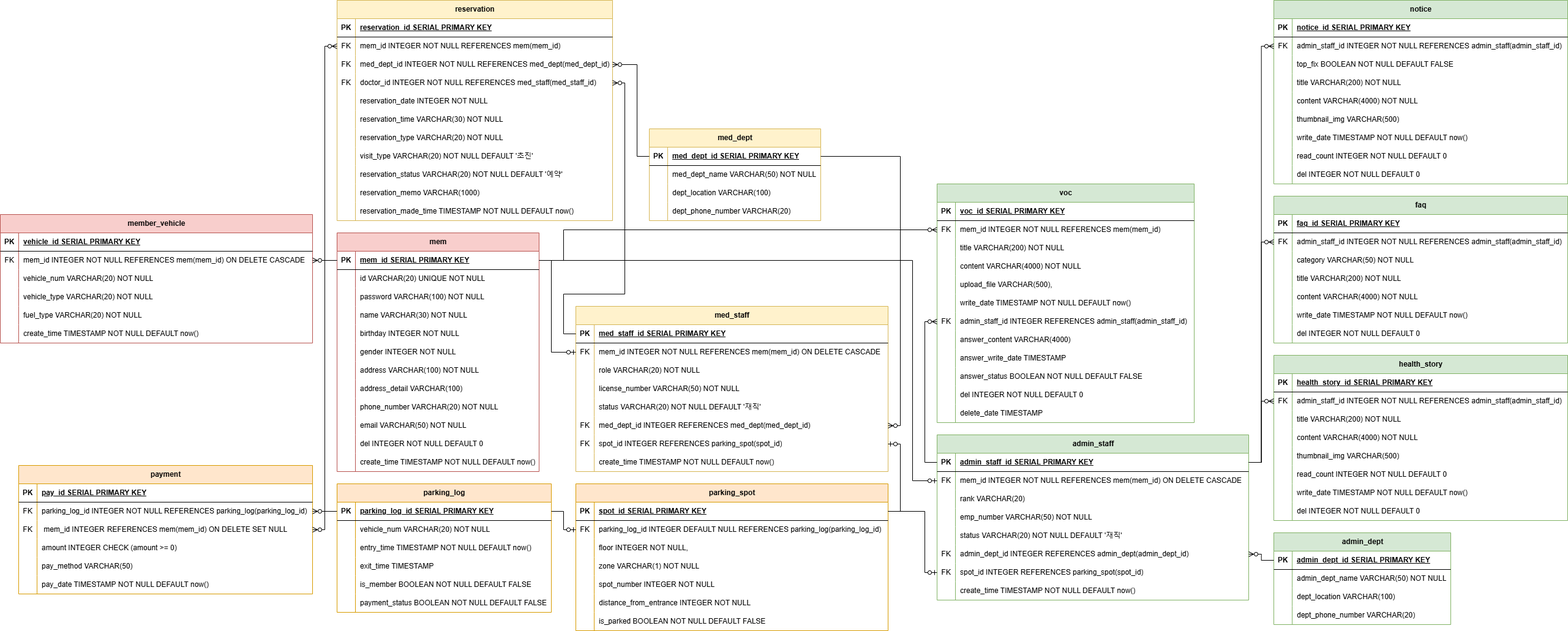
DongHyun0521/MBC_middle_project keeps this draw.io diagram as etc/ERD/중간프로젝트_ERD_v4.png. Above is the earlier version. Source tidied: cells renumbered, new cells last; positions are measured from the earlier drawing's top-left corner, leaving out a move shared by most shapes.
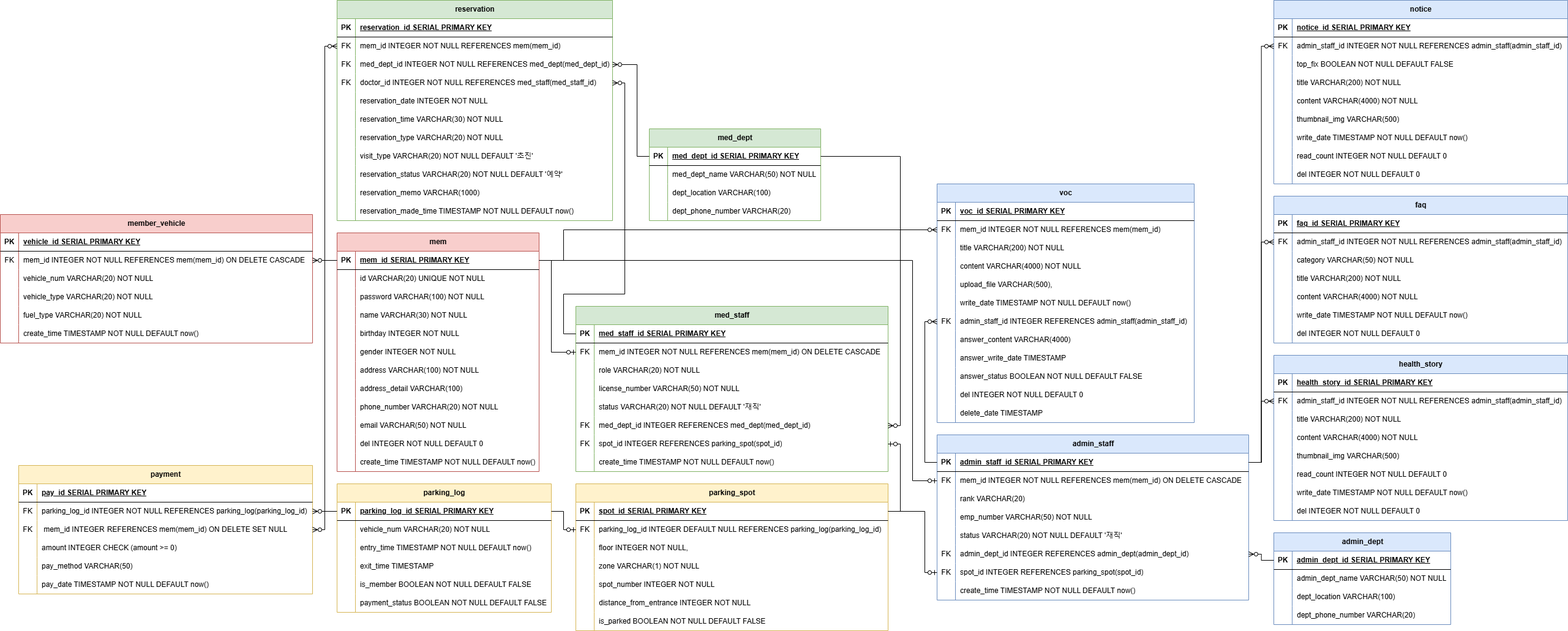
After the commit.

What changed in the source:
```diff
@@ -113,7 +113,7 @@
     <mxCell id="38" value="create_time TIMESTAMP NOT NULL DEFAULT now()" style="shape=partialRectangle;fillColor=none;top=0;left=0;bottom=0;right=0;align=left;spacingLeft=6;overflow=hidden;whiteSpace=wrap;html=1;" parent="36" vertex="1">
       <mxGeometry x="30" width="300" height="30" as="geometry" />
     </mxCell>
-    <mxCell id="39" value="reservation" style="shape=table;startSize=30;rowLines=0;fontStyle=1;align=center;html=1;fillColor=#fff2cc;strokeColor=#d6b656;" parent="1" vertex="1">
+    <mxCell id="39" value="reservation" style="shape=table;startSize=30;rowLines=0;fontStyle=1;align=center;html=1;fillColor=#d5e8d4;strokeColor=#82b366;" parent="1" vertex="1">
       <mxGeometry x="550" width="450" height="360" as="geometry" />
     </mxCell>
     <mxCell id="40" style="shape=tableRow;horizontal=0;startSize=0;swimlaneHead=0;swimlaneBody=0;fillColor=none;top=0;left=0;right=0;bottom=1;" parent="39" vertex="1">
@@ -283,7 +283,7 @@
     <mxCell id="93" style="fontSize=12;html=1;endArrow=ERzeroToMany;endFill=1;rounded=0;entryX=1;entryY=0.5;entryDx=0;entryDy=0;exitX=0;exitY=0.5;exitDx=0;exitDy=0;" parent="1" edge="1" source="3" target="77">
       <mxGeometry relative="1" as="geometry" />
     </mxCell>
-    <mxCell id="94" value="payment" style="shape=table;startSize=30;rowLines=0;fontStyle=1;align=center;html=1;fillColor=#ffe6cc;strokeColor=#d79b00;" parent="1" vertex="1">
+    <mxCell id="94" value="payment" style="shape=table;startSize=30;rowLines=0;fontStyle=1;align=center;html=1;fillColor=#fff2cc;strokeColor=#d6b656;" parent="1" vertex="1">
       <mxGeometry x="30" y="760" width="480" height="210" as="geometry" />
     </mxCell>
     <mxCell id="95" style="shape=tableRow;horizontal=0;startSize=0;swimlaneHead=0;swimlaneBody=0;fillColor=none;top=0;left=0;right=0;bottom=1;" parent="94" vertex="1">
@@ -343,7 +343,7 @@
     <mxCell id="113" style="fontSize=12;html=1;endArrow=ERzeroToMany;endFill=1;rounded=0;exitX=0;exitY=0.5;exitDx=0;exitDy=0;entryX=1;entryY=0.5;entryDx=0;entryDy=0;edgeStyle=orthogonalEdgeStyle;" parent="1" edge="1" source="3" target="101">
       <mxGeometry relative="1" as="geometry" />
     </mxCell>
-    <mxCell id="114" value="parking_log" style="shape=table;startSize=30;rowLines=0;fontStyle=1;align=center;html=1;fillColor=#ffe6cc;strokeColor=#d79b00;" parent="1" vertex="1">
+    <mxCell id="114" value="parking_log" style="shape=table;startSize=30;rowLines=0;fontStyle=1;align=center;html=1;fillColor=#fff2cc;strokeColor=#d6b656;" parent="1" vertex="1">
       <mxGeometry x="550" y="790" width="350" height="210" as="geometry" />
     </mxCell>
     <mxCell id="115" style="shape=tableRow;horizontal=0;startSize=0;swimlaneHead=0;swimlaneBody=0;fillColor=none;points=[[0,0.5],[1,0.5]];portConstraint=eastwest;top=0;left=0;right=0;bottom=1;" parent="114" vertex="1">
@@ -403,7 +403,7 @@
     <mxCell id="133" style="fontSize=12;html=1;endArrow=ERzeroToMany;endFill=1;rounded=0;entryX=1;entryY=0.5;entryDx=0;entryDy=0;exitX=0;exitY=0.5;exitDx=0;exitDy=0;" parent="1" edge="1" source="115" target="98">
       <mxGeometry relative="1" as="geometry" />
     </mxCell>
-    <mxCell id="134" value="parking_spot" style="shape=table;startSize=30;rowLines=0;fontStyle=1;align=center;html=1;fillColor=#ffe6cc;strokeColor=#d79b00;" parent="1" vertex="1">
+    <mxCell id="134" value="parking_spot" style="shape=table;startSize=30;rowLines=0;fontStyle=1;align=center;html=1;fillColor=#fff2cc;strokeColor=#d6b656;" parent="1" vertex="1">
       <mxGeometry x="940" y="790" width="510" height="240" as="geometry" />
     </mxCell>
     <mxCell id="135" style="shape=tableRow;horizontal=0;startSize=0;swimlaneHead=0;swimlaneBody=0;fillColor=none;points=[[0,0.5],[1,0.5]];portConstraint=eastwest;top=0;left=0;right=0;bottom=1;" parent="134" vertex="1">
@@ -472,7 +472,7 @@
     <mxCell id="156" style="fontSize=12;html=1;endArrow=ERzeroToOne;endFill=1;rounded=0;entryX=0;entryY=0.5;entryDx=0;entryDy=0;exitX=1;exitY=0.5;exitDx=0;exitDy=0;edgeStyle=orthogonalEdgeStyle;" parent="1" edge="1" source="115" target="138">
       <mxGeometry relative="1" as="geometry" />
     </mxCell>
-    <mxCell id="157" value="med_staff" style="shape=table;startSize=30;rowLines=0;fontStyle=1;align=center;html=1;fillColor=#fff2cc;strokeColor=#d6b656;" parent="1" vertex="1">
+    <mxCell id="157" value="med_staff" style="shape=table;startSize=30;rowLines=0;fontStyle=1;align=center;html=1;fillColor=#d5e8d4;strokeColor=#82b366;" parent="1" vertex="1">
       <mxGeometry x="940" y="500" width="510" height="270" as="geometry" />
     </mxCell>
     <mxCell id="158" style="shape=tableRow;horizontal=0;startSize=0;swimlaneHead=0;swimlaneBody=0;fillColor=none;points=[[0,0.5],[1,0.5]];portConstraint=eastwest;top=0;left=0;right=0;bottom=1;" parent="157" vertex="1">
@@ -563,7 +563,7 @@
         </Array>
       </mxGeometry>
     </mxCell>
-    <mxCell id="184" value="med_dept" style="shape=table;startSize=30;rowLines=0;fontStyle=1;align=center;html=1;fillColor=#fff2cc;strokeColor=#d6b656;" parent="1" vertex="1">
+    <mxCell id="184" value="med_dept" style="shape=table;startSize=30;rowLines=0;fontStyle=1;align=center;html=1;fillColor=#d5e8d4;strokeColor=#82b366;" parent="1" vertex="1">
       <mxGeometry x="1060" y="210" width="280" height="150" as="geometry" />
     </mxCell>
     <mxCell id="185" style="shape=tableRow;horizontal=0;startSize=0;swimlaneHead=0;swimlaneBody=0;fillColor=none;points=[[0,0.5],[1,0.5]];portConstraint=eastwest;top=0;left=0;right=0;bottom=1;" parent="184" vertex="1">
@@ -628,7 +628,7 @@
         </Array>
       </mxGeometry>
     </mxCell>
-    <mxCell id="200" value="admin_staff" style="shape=table;startSize=30;rowLines=0;fontStyle=1;align=center;html=1;fillColor=#d5e8d4;strokeColor=#82b366;" parent="1" vertex="1">
+    <mxCell id="200" value="admin_staff" style="shape=table;startSize=30;rowLines=0;fontStyle=1;align=center;html=1;fillColor=#dae8fc;strokeColor=#6c8ebf;" parent="1" vertex="1">
       <mxGeometry x="1530" y="710" width="509" height="270" as="geometry" />
     </mxCell>
     <mxCell id="201" style="shape=tableRow;horizontal=0;startSize=0;swimlaneHead=0;swimlaneBody=0;fillColor=none;points=[[0,0.5],[1,0.5]];portConstraint=eastwest;top=0;left=0;right=0;bottom=1;" parent="200" vertex="1">
@@ -703,7 +703,7 @@
     <mxCell id="224" value="create_time TIMESTAMP NOT NULL DEFAULT now()" style="shape=partialRectangle;fillColor=none;top=0;left=0;bottom=0;right=0;align=left;spacingLeft=6;overflow=hidden;whiteSpace=wrap;html=1;" parent="222" vertex="1">
       <mxGeometry x="30" width="479" height="30" as="geometry" />
     </mxCell>
-    <mxCell id="225" value="admin_dept" style="shape=table;startSize=30;rowLines=0;fontStyle=1;align=center;html=1;fillColor=#d5e8d4;strokeColor=#82b366;" parent="1" vertex="1">
+    <mxCell id="225" value="admin_dept" style="shape=table;startSize=30;rowLines=0;fontStyle=1;align=center;html=1;fillColor=#dae8fc;strokeColor=#6c8ebf;" parent="1" vertex="1">
       <mxGeometry x="2080" y="870" width="289" height="150" as="geometry" />
     </mxCell>
     <mxCell id="226" style="shape=tableRow;horizontal=0;startSize=0;swimlaneHead=0;swimlaneBody=0;fillColor=none;points=[[0,0.5],[1,0.5]];portConstraint=eastwest;top=0;left=0;right=0;bottom=1;" parent="225" vertex="1">
@@ -753,7 +753,7 @@
     <mxCell id="239" style="fontSize=12;html=1;endArrow=ERzeroToMany;endFill=1;rounded=0;entryX=1;entryY=0.5;entryDx=0;entryDy=0;exitX=0;exitY=0.5;exitDx=0;exitDy=0;edgeStyle=orthogonalEdgeStyle;" parent="1" edge="1" source="226" target="216">
       <mxGeometry relative="1" as="geometry" />
     </mxCell>
-    <mxCell id="240" value="voc" style="shape=table;startSize=30;rowLines=0;fontStyle=1;align=center;html=1;fillColor=#d5e8d4;strokeColor=#82b366;" parent="1" vertex="1">
+    <mxCell id="240" value="voc" style="shape=table;startSize=30;rowLines=0;fontStyle=1;align=center;html=1;fillColor=#dae8fc;strokeColor=#6c8ebf;" parent="1" vertex="1">
       <mxGeometry x="1530" y="300" width="420" height="390" as="geometry" />
     </mxCell>
     <mxCell id="241" style="shape=tableRow;horizontal=0;startSize=0;swimlaneHead=0;swimlaneBody=0;fillColor=none;top=0;left=0;right=0;bottom=1;" parent="240" vertex="1">
@@ -888,7 +888,7 @@
         </Array>
       </mxGeometry>
     </mxCell>
-    <mxCell id="280" value="faq" style="shape=table;startSize=30;rowLines=0;fontStyle=1;align=center;html=1;fillColor=#d5e8d4;strokeColor=#82b366;" parent="1" vertex="1">
+    <mxCell id="280" value="faq" style="shape=table;startSize=30;rowLines=0;fontStyle=1;align=center;html=1;fillColor=#dae8fc;strokeColor=#6c8ebf;" parent="1" vertex="1">
       <mxGeometry x="2080" y="320" width="480" height="240" as="geometry" />
     </mxCell>
     <mxCell id="281" style="shape=tableRow;horizontal=0;startSize=0;swimlaneHead=0;swimlaneBody=0;fillColor=none;top=0;left=0;right=0;bottom=1;" parent="280" vertex="1">
@@ -954,7 +954,7 @@
     <mxCell id="301" value="del INTEGER NOT NULL DEFAULT 0" style="shape=partialRectangle;fillColor=none;top=0;left=0;bottom=0;right=0;align=left;spacingLeft=6;overflow=hidden;whiteSpace=wrap;html=1;" parent="299" vertex="1">
       <mxGeometry x="30" width="450" height="30" as="geometry" />
     </mxCell>
-    <mxCell id="302" value="health_story" style="shape=table;startSize=30;rowLines=0;fontStyle=1;align=center;html=1;fillColor=#d5e8d4;strokeColor=#82b366;" parent="1" vertex="1">
+    <mxCell id="302" value="health_story" style="shape=table;startSize=30;rowLines=0;fontStyle=1;align=center;html=1;fillColor=#dae8fc;strokeColor=#6c8ebf;" parent="1" vertex="1">
       <mxGeometry x="2080" y="580" width="480" height="270" as="geometry" />
     </mxCell>
     <mxCell id="303" style="shape=tableRow;horizontal=0;startSize=0;swimlaneHead=0;swimlaneBody=0;fillColor=none;top=0;left=0;right=0;bottom=1;" parent="302" vertex="1">
@@ -1029,7 +1029,7 @@
     <mxCell id="326" value="del INTEGER NOT NULL DEFAULT 0" style="shape=partialRectangle;fillColor=none;top=0;left=0;bottom=0;right=0;align=left;spacingLeft=6;overflow=hidden;whiteSpace=wrap;html=1;" parent="324" vertex="1">
       <mxGeometry x="30" width="450" height="30" as="geometry" />
     </mxCell>
-    <mxCell id="327" value="notice" style="shape=table;startSize=30;rowLines=0;fontStyle=1;align=center;html=1;fillColor=#d5e8d4;strokeColor=#82b366;" parent="1" vertex="1">
+    <mxCell id="327" value="notice" style="shape=table;startSize=30;rowLines=0;fontStyle=1;align=center;html=1;fillColor=#dae8fc;strokeColor=#6c8ebf;" parent="1" vertex="1">
       <mxGeometry x="2080" width="480" height="300" as="geometry" />
     </mxCell>
     <mxCell id="328" style="shape=tableRow;horizontal=0;startSize=0;swimlaneHead=0;swimlaneBody=0;fillColor=none;top=0;left=0;right=0;bottom=1;" parent="327" vertex="1">
```
